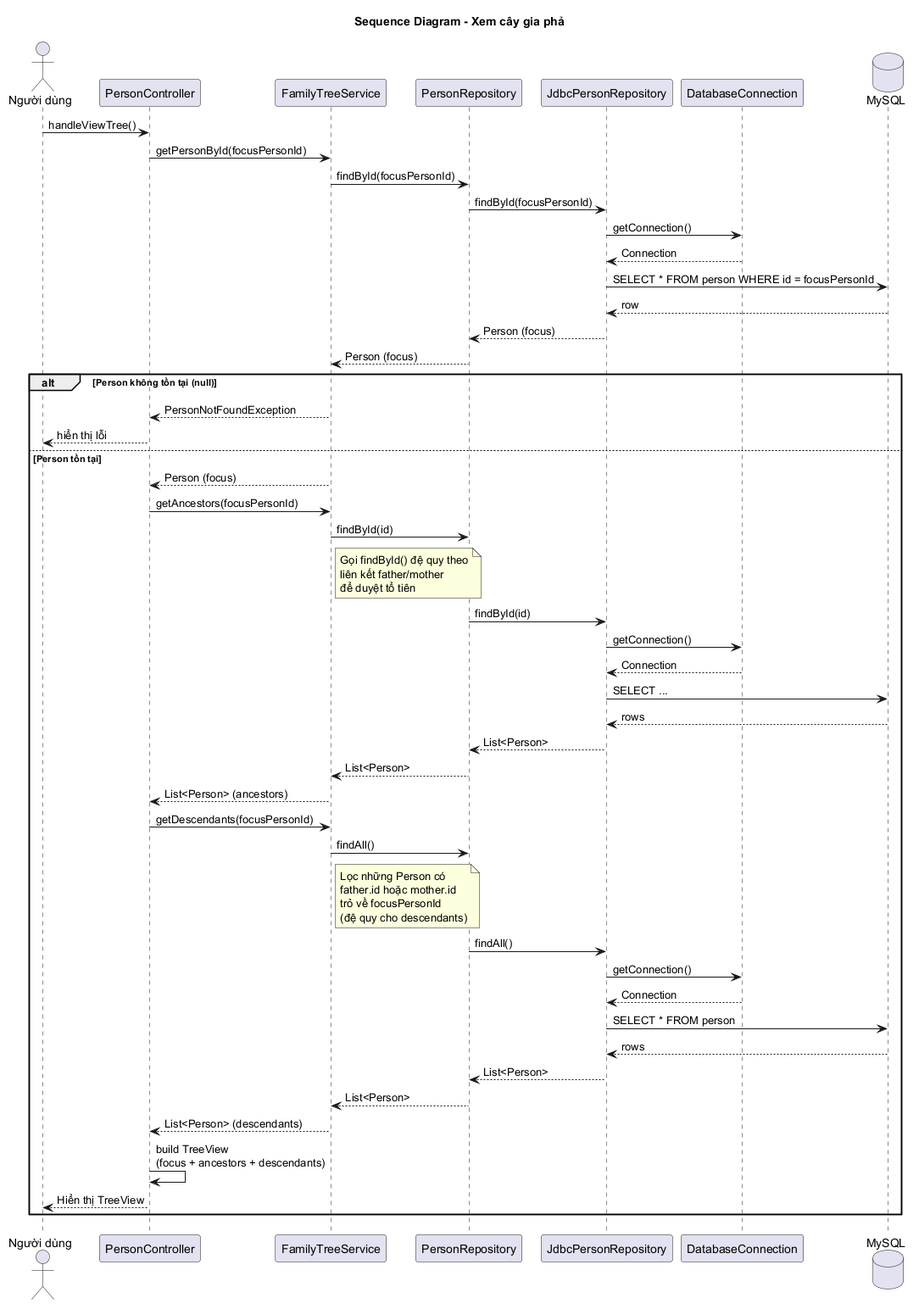
This is docs/uml/sequence-family-tree.png from minhchien170704/do-an-gia-pha, a PlantUML export, as it was before one commit.
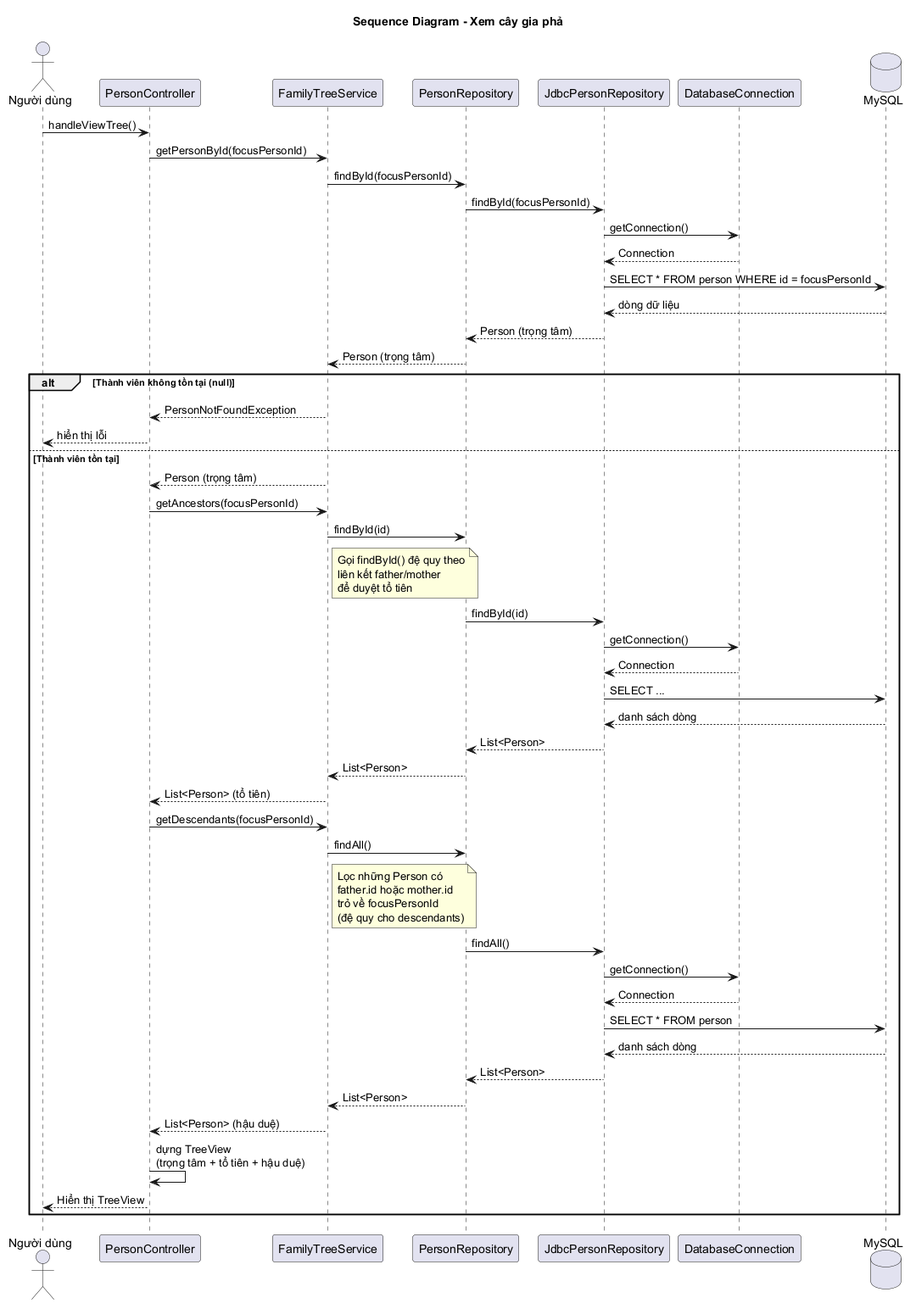
Later version of the same file.

Diff of the diagram source:
```diff
@@ -18,17 +18,17 @@
 JdbcRepo -> DBConn : getConnection()
 DBConn --> JdbcRepo : Connection
 JdbcRepo -> DB : SELECT * FROM person WHERE id = focusPersonId
-DB --> JdbcRepo : row
-JdbcRepo --> Repo : Person (focus)
-Repo --> Service : Person (focus)
+DB --> JdbcRepo : dòng dữ liệu
+JdbcRepo --> Repo : Person (trọng tâm)
+Repo --> Service : Person (trọng tâm)
 
-alt Person không tồn tại (null)
+alt Thành viên không tồn tại (null)
     Service --> Controller : PersonNotFoundException
     Controller --> User : hiển thị lỗi
 
-else Person tồn tại
+else Thành viên tồn tại
 
-    Service --> Controller : Person (focus)
+    Service --> Controller : Person (trọng tâm)
 
     Controller -> Service : getAncestors(focusPersonId)
     Service -> Repo : findById(id)
@@ -41,10 +41,10 @@
     JdbcRepo -> DBConn : getConnection()
     DBConn --> JdbcRepo : Connection
     JdbcRepo -> DB : SELECT ...
-    DB --> JdbcRepo : rows
+    DB --> JdbcRepo : danh sách dòng
     JdbcRepo --> Repo : List<Person>
     Repo --> Service : List<Person>
-    Service --> Controller : List<Person> (ancestors)
+    Service --> Controller : List<Person> (tổ tiên)
 
     Controller -> Service : getDescendants(focusPersonId)
     Service -> Repo : findAll()
@@ -58,12 +58,12 @@
     JdbcRepo -> DBConn : getConnection()
     DBConn --> JdbcRepo : Connection
     JdbcRepo -> DB : SELECT * FROM person
-    DB --> JdbcRepo : rows
+    DB --> JdbcRepo : danh sách dòng
     JdbcRepo --> Repo : List<Person>
     Repo --> Service : List<Person>
-    Service --> Controller : List<Person> (descendants)
+    Service --> Controller : List<Person> (hậu duệ)
 
-    Controller -> Controller : build TreeView\n(focus + ancestors + descendants)
+    Controller -> Controller : dựng TreeView\n(trọng tâm + tổ tiên + hậu duệ)
     Controller --> User : Hiển thị TreeView
 
 end
```
